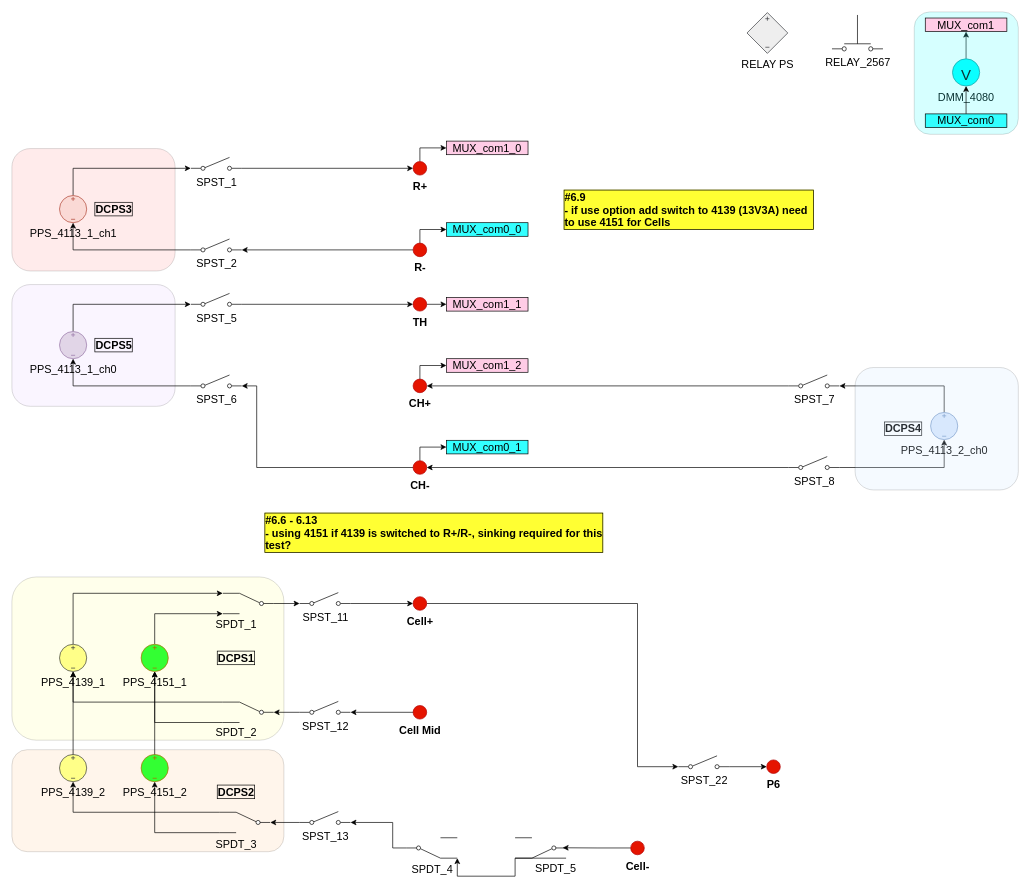
This is BMS_device_B_6p10.drawio from ktlim-xy/draw-io, a draw.io file, before an edit. Source tidied: cells renumbered, new cells numbered last; positions are measured from the earlier drawing's top-left corner, leaving out a move shared by most shapes. Both pictures are drawn from the tidied source at 68%, with x=0, y=0 at pixel (12, 12).
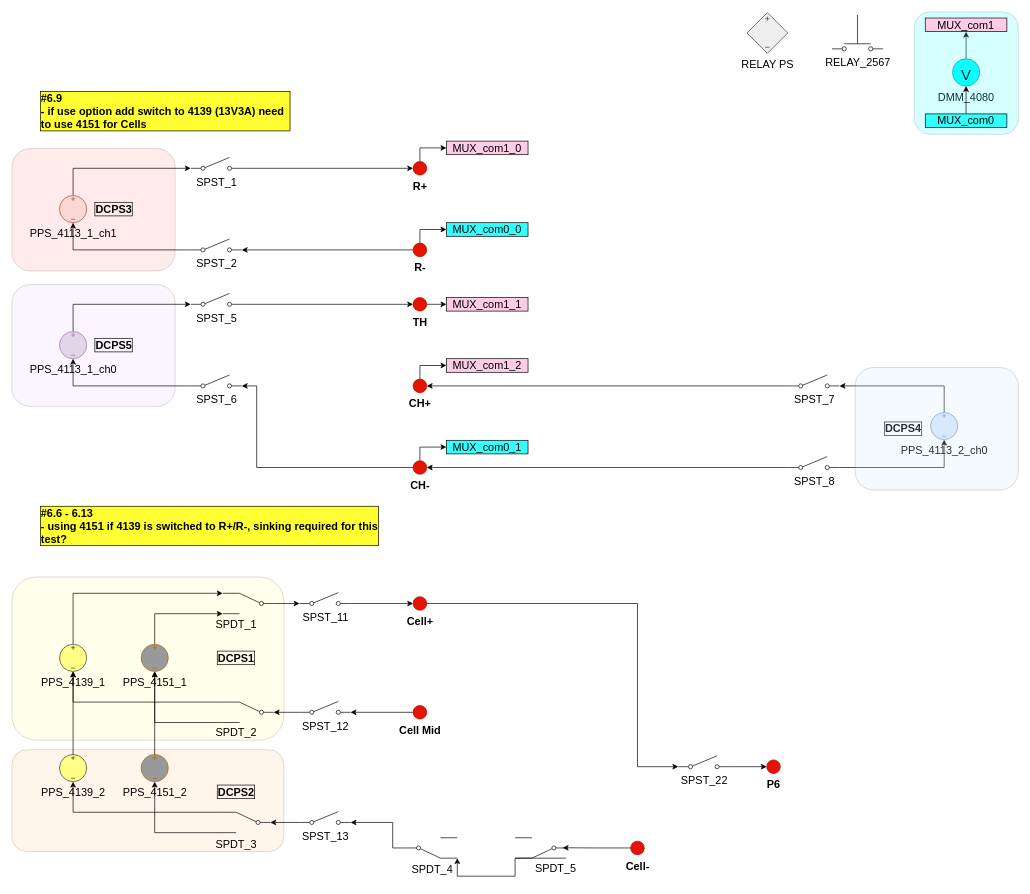
The same page after the edit.

Diff of the diagram source:
```diff
@@
-    <mxCell id="56" value="PPS_4151_1" style="verticalLabelPosition=bottom;shadow=0;dashed=0;align=center;html=1;verticalAlign=top;shape=mxgraph.electrical.signal_sources.source;points=[[0.5,0,0],[1,0.5,0],[0.5,1,0],[0,0.5,0]];elSignalType=dc3;rotation=0;fillColor=#33FF33;strokeColor=#b46504;fontSize=16;" parent="1" vertex="1">
+    <mxCell id="56" value="PPS_4151_1" style="verticalLabelPosition=bottom;shadow=0;dashed=0;align=center;html=1;verticalAlign=top;shape=mxgraph.electrical.signal_sources.source;points=[[0.5,0,0],[1,0.5,0],[0.5,1,0],[0,0.5,0]];elSignalType=dc3;rotation=0;fillColor=#999999;strokeColor=#b46504;fontSize=16;" parent="1" vertex="1">
       <mxGeometry x="190" y="930" width="40" height="40" as="geometry" />
     </mxCell>
@@
-    <mxCell id="58" value="PPS_4151_2" style="verticalLabelPosition=bottom;shadow=0;dashed=0;align=center;html=1;verticalAlign=top;shape=mxgraph.electrical.signal_sources.source;points=[[0.5,0,0],[1,0.5,0],[0.5,1,0],[0,0.5,0]];elSignalType=dc3;rotation=0;fillColor=#33FF33;strokeColor=#b46504;fontSize=16;" parent="1" vertex="1">
+    <mxCell id="58" value="PPS_4151_2" style="verticalLabelPosition=bottom;shadow=0;dashed=0;align=center;html=1;verticalAlign=top;shape=mxgraph.electrical.signal_sources.source;points=[[0.5,0,0],[1,0.5,0],[0.5,1,0],[0,0.5,0]];elSignalType=dc3;rotation=0;fillColor=#999999;strokeColor=#b46504;fontSize=16;" parent="1" vertex="1">
       <mxGeometry x="190" y="1092" width="40" height="40" as="geometry" />
     </mxCell>
@@
     <mxCell id="96" value="#6.9&lt;div&gt;- if use option add switch to 4139 (13V3A) need to use 4151 for Cells&lt;/div&gt;" style="text;html=1;whiteSpace=wrap;strokeColor=none;fillColor=none;align=left;verticalAlign=middle;rounded=0;fontStyle=1;fontColor=#000000;fontSize=16;labelBorderColor=default;labelBackgroundColor=#FFFF33;" parent="1" vertex="1">
-      <mxGeometry x="810" y="276" width="370" height="30" as="geometry" />
+      <mxGeometry x="40" y="131" width="370" height="30" as="geometry" />
     </mxCell>
     <mxCell id="97" value="#6.6 - 6.13&amp;nbsp;&lt;div&gt;- using 4151 if 4139 is switched to R+/R-, sinking required for this test?&lt;/div&gt;" style="text;html=1;whiteSpace=wrap;strokeColor=none;fillColor=none;align=left;verticalAlign=middle;rounded=0;fontStyle=1;fontColor=#000000;fontSize=16;labelBorderColor=default;labelBackgroundColor=#FFFF33;" parent="1" vertex="1">
-      <mxGeometry x="370" y="751" width="500" height="30" as="geometry" />
+      <mxGeometry x="40" y="741" width="500" height="30" as="geometry" />
     </mxCell>
```
